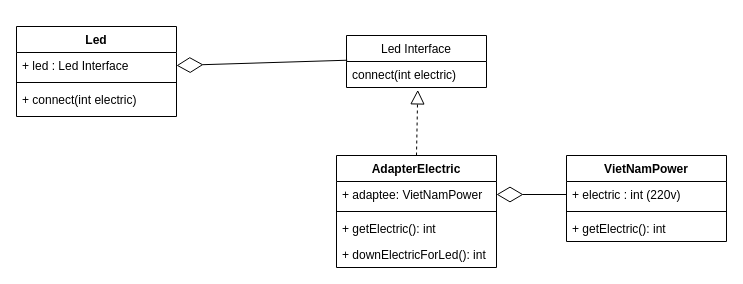
nguyenphuc22/Design-Patterns keeps this draw.io diagram as Untitled Diagram.drawio. Above is the earlier version. Source tidied: cells renumbered, new cells numbered last; positions are measured from the earlier drawing's top-left corner, leaving out a move shared by most shapes. Both pictures are drawn from the tidied source at 100%, with x=0, y=0 at pixel (16, 26).
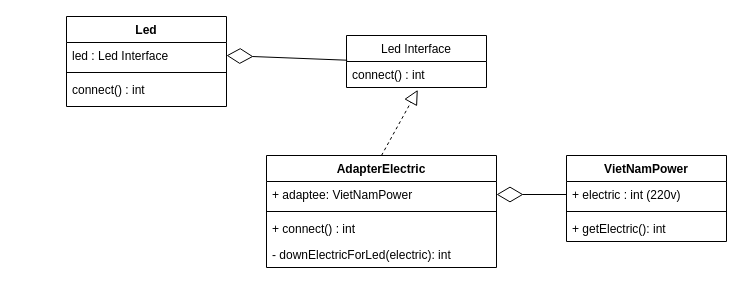
The same page after the edit.

Change to the diagram source:
```diff
@@
 <mxGraphModel>
   <root>
     <mxCell id="0" />
     <mxCell id="1" parent="0" />
     <mxCell id="2" value="Led" style="swimlane;fontStyle=1;align=center;verticalAlign=top;horizontal=1;startSize=26;fillColor=none;gradientColor=none;" parent="1" vertex="1">
-      <mxGeometry width="160" height="90" as="geometry" />
+      <mxGeometry x="50" y="-10" width="160" height="90" as="geometry" />
     </mxCell>
-    <mxCell id="3" value="+ led : Led Interface" style="text;strokeColor=none;fillColor=none;align=left;verticalAlign=top;spacingLeft=4;spacingRight=4;overflow=hidden;points=[[0,0.5],[1,0.5]];portConstraint=eastwest;" parent="2" vertex="1">
+    <mxCell id="3" value="led : Led Interface" style="text;strokeColor=none;fillColor=none;align=left;verticalAlign=top;spacingLeft=4;spacingRight=4;overflow=hidden;points=[[0,0.5],[1,0.5]];portConstraint=eastwest;" parent="2" vertex="1">
       <mxGeometry y="26" width="160" height="26" as="geometry" />
     </mxCell>
     <mxCell id="4" style="line;strokeWidth=1;fillColor=none;align=left;verticalAlign=middle;spacingTop=-1;spacingLeft=3;spacingRight=3;labelPosition=right;" parent="2" vertex="1">
       <mxGeometry y="52" width="160" height="8" as="geometry" />
     </mxCell>
-    <mxCell id="5" value="+ connect(int electric)" style="text;strokeColor=none;fillColor=none;align=left;verticalAlign=top;spacingLeft=4;spacingRight=4;overflow=hidden;" parent="2" vertex="1">
+    <mxCell id="5" value="connect() : int" style="text;strokeColor=none;fillColor=none;align=left;verticalAlign=top;spacingLeft=4;spacingRight=4;overflow=hidden;" parent="2" vertex="1">
       <mxGeometry y="60" width="160" height="30" as="geometry" />
     </mxCell>
     <mxCell id="6" value="Led Interface" style="swimlane;fontStyle=0;horizontal=1;startSize=26;fillColor=none;align=center;" parent="1" vertex="1">
       <mxGeometry x="330" y="9" width="140" height="52" as="geometry" />
     </mxCell>
-    <mxCell id="7" value="connect(int electric)" style="text;strokeColor=none;fillColor=none;align=left;verticalAlign=top;spacingLeft=4;spacingRight=4;overflow=hidden;points=[[0,0.5],[1,0.5]];portConstraint=eastwest;" parent="6" vertex="1">
+    <mxCell id="7" value="connect() : int" style="text;strokeColor=none;fillColor=none;align=left;verticalAlign=top;spacingLeft=4;spacingRight=4;overflow=hidden;points=[[0,0.5],[1,0.5]];portConstraint=eastwest;" parent="6" vertex="1">
       <mxGeometry y="26" width="140" height="26" as="geometry" />
     </mxCell>
     <mxCell id="8" style="endArrow=diamondThin;endFill=0;endSize=24;html=1;exitX=0.005;exitY=-0.049;exitDx=0;exitDy=0;exitPerimeter=0;entryX=1;entryY=0.5;entryDx=0;entryDy=0;" parent="1" edge="1" source="7" target="3">
       <mxGeometry relative="1" as="geometry" />
     </mxCell>
     <mxCell id="9" value="VietNamPower" style="swimlane;fontStyle=1;align=center;verticalAlign=top;horizontal=1;startSize=26;fillColor=none;gradientColor=none;" parent="1" vertex="1">
       <mxGeometry x="550" y="129" width="160" height="86" as="geometry" />
     </mxCell>
     <mxCell id="10" value="+ electric : int (220v)" style="text;strokeColor=none;fillColor=none;align=left;verticalAlign=top;spacingLeft=4;spacingRight=4;overflow=hidden;points=[[0,0.5],[1,0.5]];portConstraint=eastwest;" parent="9" vertex="1">
       <mxGeometry y="26" width="160" height="26" as="geometry" />
     </mxCell>
     <mxCell id="11" style="line;strokeWidth=1;fillColor=none;align=left;verticalAlign=middle;spacingTop=-1;spacingLeft=3;spacingRight=3;labelPosition=right;" parent="9" vertex="1">
       <mxGeometry y="52" width="160" height="8" as="geometry" />
     </mxCell>
     <mxCell id="12" value="+ getElectric(): int" style="text;strokeColor=none;fillColor=none;align=left;verticalAlign=top;spacingLeft=4;spacingRight=4;overflow=hidden;" parent="9" vertex="1">
       <mxGeometry y="60" width="160" height="26" as="geometry" />
     </mxCell>
     <mxCell id="13" value="AdapterElectric" style="swimlane;fontStyle=1;align=center;verticalAlign=top;horizontal=1;startSize=26;fillColor=none;gradientColor=none;" parent="1" vertex="1">
-      <mxGeometry x="320" y="129" width="160" height="112" as="geometry" />
+      <mxGeometry x="250" y="129" width="230" height="112" as="geometry" />
     </mxCell>
     <mxCell id="14" value="+ adaptee: VietNamPower" style="text;strokeColor=none;fillColor=none;align=left;verticalAlign=top;spacingLeft=4;spacingRight=4;overflow=hidden;points=[[0,0.5],[1,0.5]];portConstraint=eastwest;" parent="13" vertex="1">
-      <mxGeometry y="26" width="160" height="26" as="geometry" />
+      <mxGeometry y="26" width="230" height="26" as="geometry" />
     </mxCell>
     <mxCell id="15" style="line;strokeWidth=1;fillColor=none;align=left;verticalAlign=middle;spacingTop=-1;spacingLeft=3;spacingRight=3;labelPosition=right;" parent="13" vertex="1">
-      <mxGeometry y="52" width="160" height="8" as="geometry" />
+      <mxGeometry y="52" width="230" height="8" as="geometry" />
     </mxCell>
-    <mxCell id="16" value="+ getElectric(): int" style="text;strokeColor=none;fillColor=none;align=left;verticalAlign=top;spacingLeft=4;spacingRight=4;overflow=hidden;" parent="13" vertex="1">
-      <mxGeometry y="60" width="160" height="26" as="geometry" />
+    <mxCell id="16" value="+ connect() : int" style="text;strokeColor=none;fillColor=none;align=left;verticalAlign=top;spacingLeft=4;spacingRight=4;overflow=hidden;" parent="13" vertex="1">
+      <mxGeometry y="60" width="230" height="26" as="geometry" />
     </mxCell>
-    <mxCell id="17" value="+ downElectricForLed(): int" style="text;strokeColor=none;fillColor=none;align=left;verticalAlign=top;spacingLeft=4;spacingRight=4;overflow=hidden;" parent="13" vertex="1">
-      <mxGeometry y="86" width="160" height="26" as="geometry" />
+    <mxCell id="17" value="- downElectricForLed(electric): int" style="text;strokeColor=none;fillColor=none;align=left;verticalAlign=top;spacingLeft=4;spacingRight=4;overflow=hidden;" parent="13" vertex="1">
+      <mxGeometry y="86" width="230" height="26" as="geometry" />
     </mxCell>
     <mxCell id="18" style="endArrow=block;dashed=1;endFill=0;endSize=12;html=1;entryX=0.509;entryY=1.092;entryDx=0;entryDy=0;entryPerimeter=0;exitX=0.5;exitY=0;exitDx=0;exitDy=0;" parent="1" edge="1" source="13" target="7">
       <mxGeometry relative="1" as="geometry" />
     </mxCell>
     <mxCell id="19" style="endArrow=diamondThin;endFill=0;endSize=24;html=1;exitX=0;exitY=0.5;exitDx=0;exitDy=0;entryX=1;entryY=0.5;entryDx=0;entryDy=0;" parent="1" edge="1" source="10" target="14">
       <mxGeometry relative="1" as="geometry" />
     </mxCell>
   </root>
 </mxGraphModel>
```
